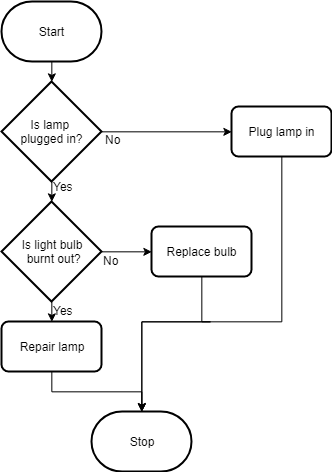
Before: docs/problem-solving/images/flowchart-example.png, a diagram exported from draw.io (Mr-Coxall/Computer-Based-Problem-Solving). Source tidied: cells renumbered, new cells last; positions are measured from the earlier drawing's top-left corner, leaving out a move shared by most shapes.
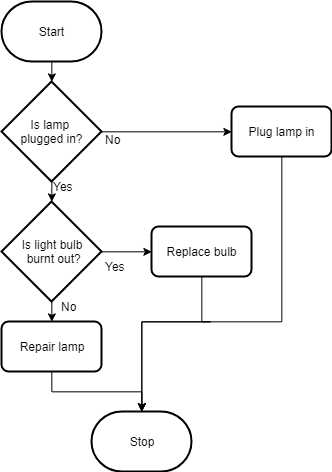
After the commit.

Diff of the diagram source:
```diff
@@ -63,11 +63,11 @@
     <mxCell id="18" value="Yes" style="text;html=1;align=left;verticalAlign=top;spacingTop=-4;" parent="1" vertex="1">
       <mxGeometry x="50" y="176" width="30" height="20" as="geometry" />
     </mxCell>
-    <mxCell id="19" value="No" style="text;html=1;align=left;verticalAlign=top;spacingTop=-4;" parent="1" vertex="1">
-      <mxGeometry x="100" y="250" width="30" height="20" as="geometry" />
+    <mxCell id="19" value="Yes" style="text;html=1;align=left;verticalAlign=top;spacingTop=-4;" parent="1" vertex="1">
+      <mxGeometry x="102" y="256" width="30" height="20" as="geometry" />
     </mxCell>
-    <mxCell id="20" value="Yes" style="text;html=1;align=left;verticalAlign=top;spacingTop=-4;" parent="1" vertex="1">
-      <mxGeometry x="50" y="300" width="30" height="20" as="geometry" />
+    <mxCell id="20" value="No" style="text;html=1;align=left;verticalAlign=top;spacingTop=-4;" parent="1" vertex="1">
+      <mxGeometry x="58" y="296" width="30" height="20" as="geometry" />
     </mxCell>
   </root>
 </mxGraphModel>
```
